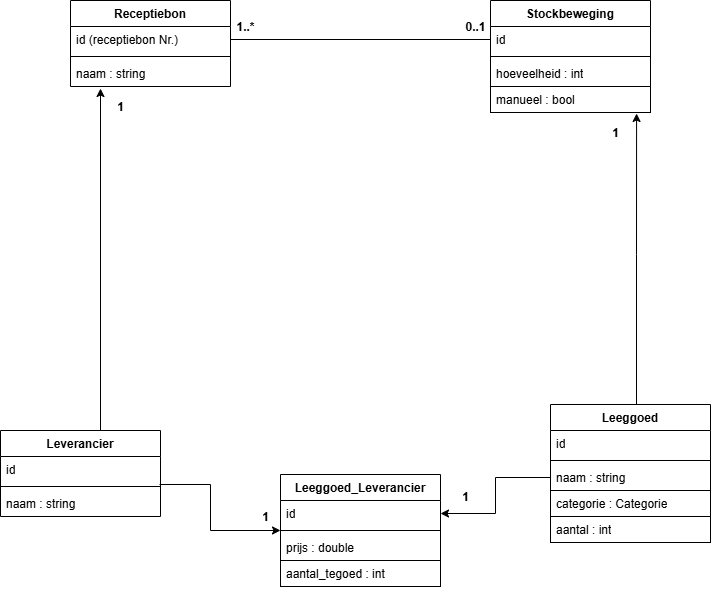
Before: bachproef/images/eerd.png, a diagram exported from draw.io (WoutSHOGENT/Bachelorproef). Source tidied: cells renumbered, new cells last; positions are measured from the earlier drawing's top-left corner, leaving out a move shared by most shapes.
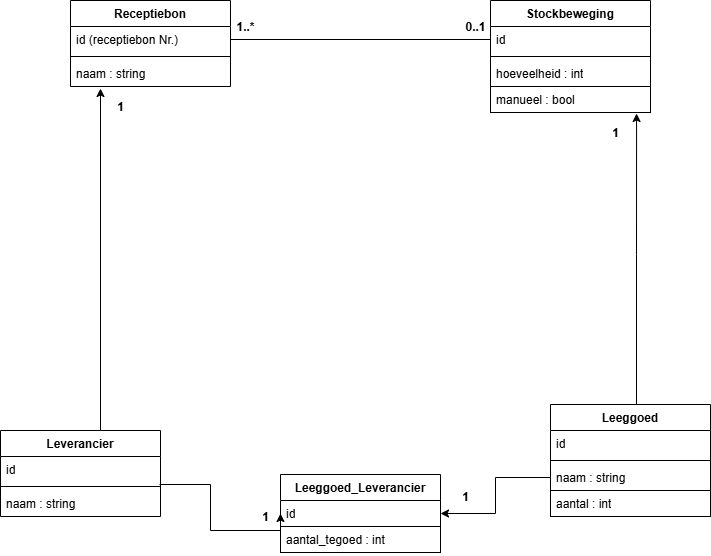
After the change.

The edit, as a diff of the source:
```diff
@@ -30,7 +30,7 @@
       <mxGeometry y="86" width="160" height="26" as="geometry" />
     </mxCell>
     <mxCell id="11" value="Leeggoed" style="swimlane;fontStyle=1;align=center;verticalAlign=top;horizontal=1;startSize=26;whiteSpace=wrap;html=1;" parent="1" vertex="1">
-      <mxGeometry x="550" y="404" width="160" height="138" as="geometry" />
+      <mxGeometry x="550" y="404" width="160" height="112" as="geometry" />
     </mxCell>
     <mxCell id="12" value="id" style="text;strokeColor=none;fillColor=none;align=left;verticalAlign=top;spacingLeft=4;spacingRight=4;overflow=hidden;whiteSpace=wrap;html=1;" parent="11" vertex="1">
       <mxGeometry y="26" width="160" height="26" as="geometry" />
@@ -41,11 +41,8 @@
     <mxCell id="14" value="naam : string" style="text;strokeColor=none;fillColor=none;align=left;verticalAlign=top;spacingLeft=4;spacingRight=4;overflow=hidden;points=[[0,0.5],[1,0.5]];portConstraint=eastwest;whiteSpace=wrap;html=1;" parent="11" vertex="1">
       <mxGeometry y="60" width="160" height="26" as="geometry" />
     </mxCell>
-    <mxCell id="15" value="categorie : Categorie" style="text;strokeColor=default;fillColor=none;align=left;verticalAlign=top;spacingLeft=4;spacingRight=4;overflow=hidden;whiteSpace=wrap;html=1;" parent="11" vertex="1">
-      <mxGeometry y="86" width="160" height="26" as="geometry" />
-    </mxCell>
     <mxCell id="16" value="aantal : int" style="text;strokeColor=default;fillColor=none;align=left;verticalAlign=top;spacingLeft=4;spacingRight=4;overflow=hidden;whiteSpace=wrap;html=1;" parent="11" vertex="1">
-      <mxGeometry y="112" width="160" height="26" as="geometry" />
+      <mxGeometry y="86" width="160" height="26" as="geometry" />
     </mxCell>
     <mxCell id="17" value="Leverancier" style="swimlane;fontStyle=1;align=center;verticalAlign=top;horizontal=1;startSize=26;whiteSpace=wrap;html=1;" parent="1" vertex="1">
       <mxGeometry y="430" width="160" height="86" as="geometry" />
@@ -91,19 +88,13 @@
       <mxGeometry x="460" y="14" width="30" height="26" as="geometry" />
     </mxCell>
     <mxCell id="28" value="Leeggoed_Leverancier" style="swimlane;fontStyle=1;align=center;verticalAlign=top;horizontal=1;startSize=26;whiteSpace=wrap;html=1;" parent="1" vertex="1">
-      <mxGeometry x="280" y="474" width="160" height="112" as="geometry" />
+      <mxGeometry x="280" y="474" width="160" height="78" as="geometry" />
     </mxCell>
     <mxCell id="29" value="id" style="text;strokeColor=none;fillColor=none;align=left;verticalAlign=top;spacingLeft=4;spacingRight=4;overflow=hidden;points=[[0,0.5],[1,0.5]];portConstraint=eastwest;whiteSpace=wrap;html=1;" parent="28" vertex="1">
       <mxGeometry y="26" width="160" height="26" as="geometry" />
     </mxCell>
-    <mxCell id="30" style="line;strokeWidth=1;fillColor=none;align=left;verticalAlign=middle;spacingTop=-1;spacingLeft=3;spacingRight=3;labelPosition=right;strokeColor=inherit;" parent="28" vertex="1">
-      <mxGeometry y="52" width="160" height="8" as="geometry" />
-    </mxCell>
-    <mxCell id="31" value="prijs : double" style="text;strokeColor=none;fillColor=none;align=left;verticalAlign=top;spacingLeft=4;spacingRight=4;overflow=hidden;whiteSpace=wrap;html=1;" parent="28" vertex="1">
-      <mxGeometry y="60" width="160" height="26" as="geometry" />
-    </mxCell>
     <mxCell id="32" value="aantal_tegoed : int" style="text;strokeColor=default;fillColor=none;align=left;verticalAlign=top;spacingLeft=4;spacingRight=4;overflow=hidden;whiteSpace=wrap;html=1;" parent="28" vertex="1">
-      <mxGeometry y="86" width="160" height="26" as="geometry" />
+      <mxGeometry y="52" width="160" height="26" as="geometry" />
     </mxCell>
     <mxCell id="33" style="edgeStyle=orthogonalEdgeStyle;rounded=0;jettySize=auto;html=1;entryX=0;entryY=0.5;entryDx=0;entryDy=0;exitX=0.994;exitY=1.077;exitDx=0;exitDy=0;exitPerimeter=0;" parent="1" edge="1" source="18" target="28">
       <mxGeometry relative="1" as="geometry">
```
